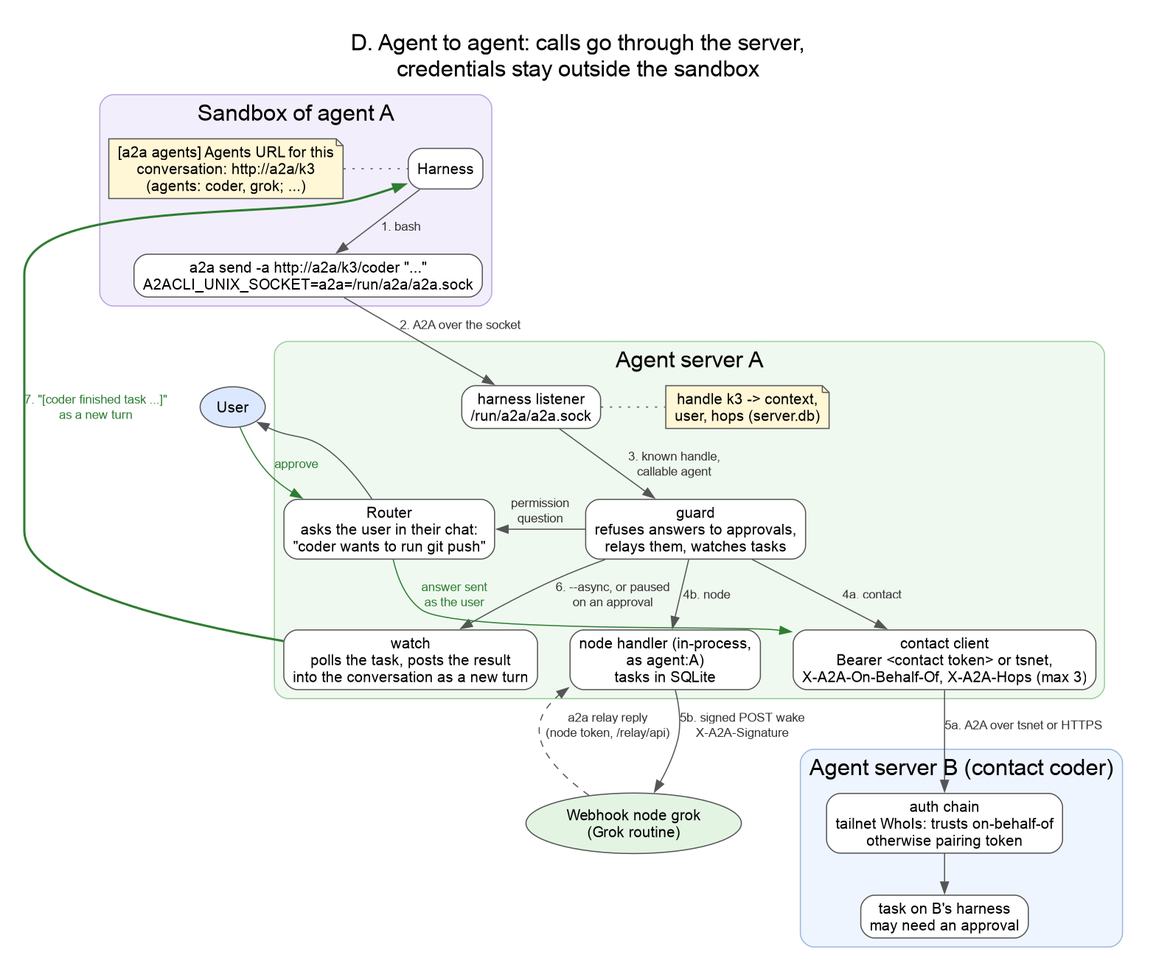
The Graphviz diagram docs/graphs/agent-server-a2a.png in a2aproject/a2a-cli, before a commit. Its source is kept beside it as docs/graphs/agent-server-a2a.dot.
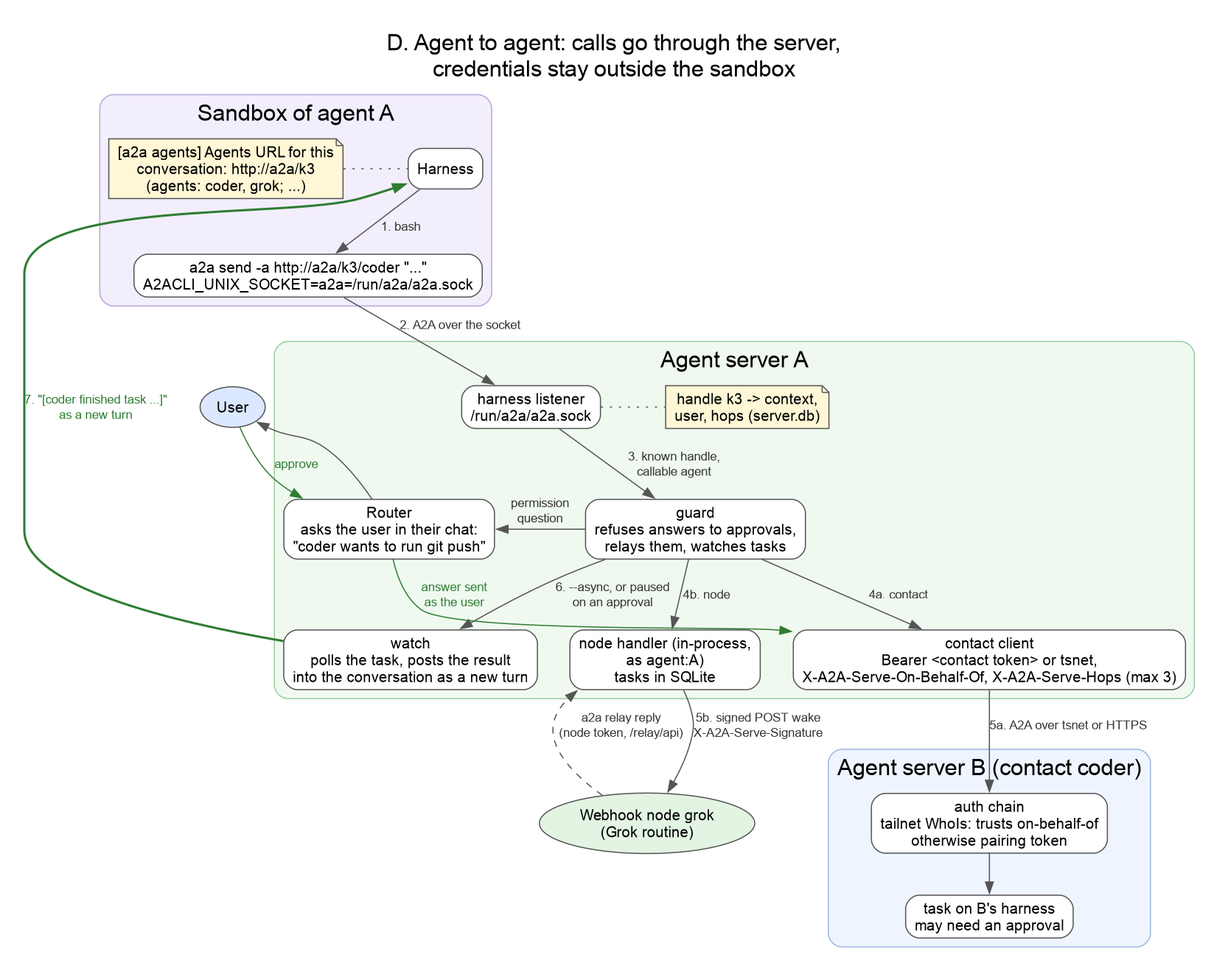
The same file after the commit.

Change to the diagram source:
```diff
@@ -29,7 +29,7 @@
     { rank=same;
       Watch   [label="watch\npolls the task, posts the result\ninto the conversation as a new turn"];
       NodeH   [label="node handler (in-process,\nas agent:A)\ntasks in SQLite"];
-      Client  [label="contact client\nBearer <contact token> or tsnet,\nX-A2A-On-Behalf-Of, X-A2A-Hops (max 3)"];
+      Client  [label="contact client\nBearer <contact token> or tsnet,\nX-A2A-Serve-On-Behalf-Of, X-A2A-Serve-Hops (max 3)"];
     }
   }
 
@@ -58,7 +58,7 @@
   Router -> Client [label="answer sent\nas the user", color="#2e7d32", fontcolor="#2e7d32"];
   Client -> AuthB [label="5a. A2A over tsnet or HTTPS"];
   AuthB -> TaskB;
-  NodeH -> Webhook [label="5b. signed POST wake\nX-A2A-Signature"];
+  NodeH -> Webhook [label="5b. signed POST wake\nX-A2A-Serve-Signature"];
   Webhook -> NodeH [label="a2a relay reply\n(node token, /relay/api)", style=dashed];
   Harness -> Watch [label="7. \"[coder finished task ...]\"\nas a new turn", style=bold, color="#2e7d32", fontcolor="#2e7d32", dir=back];
 }
```
